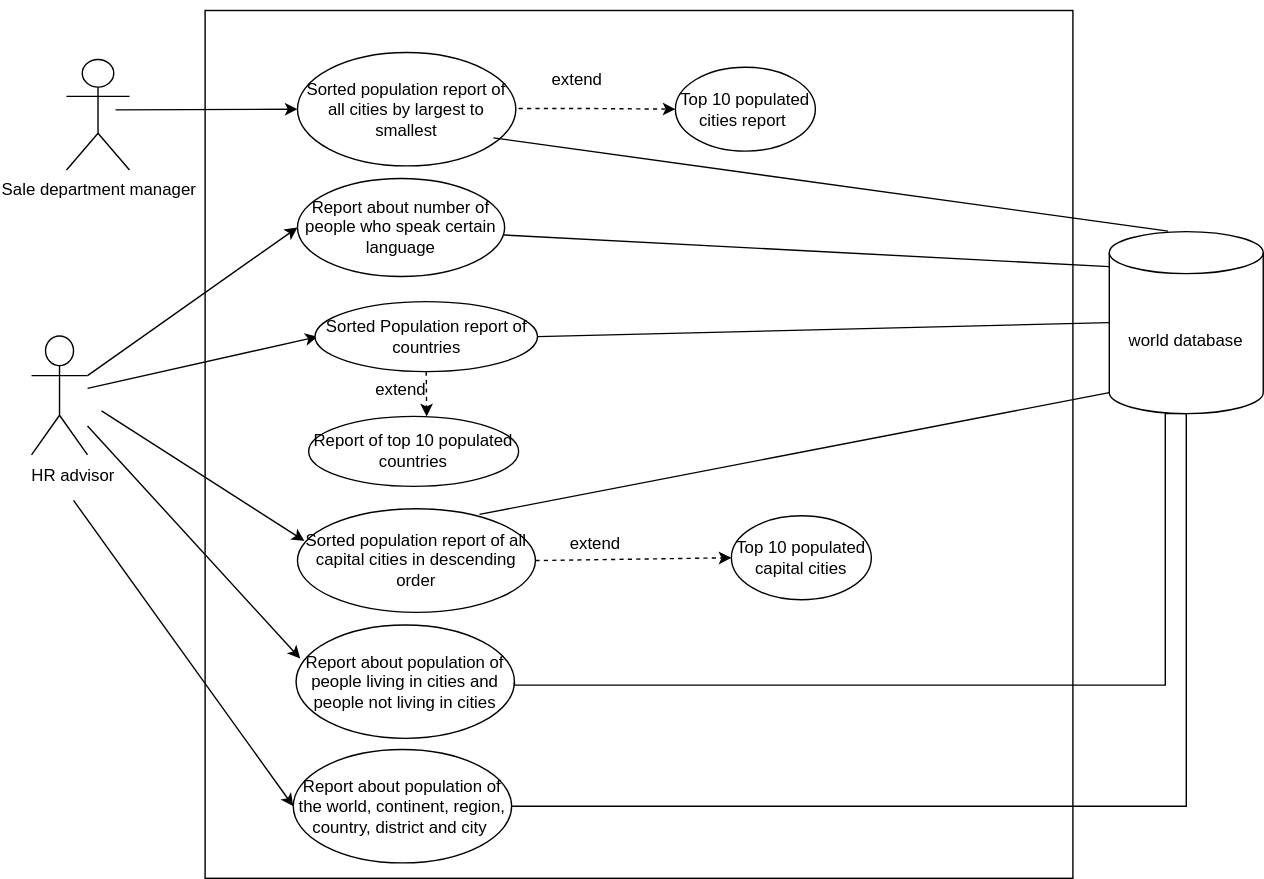
Before: use-cases/HR_system.svg, a diagram exported from draw.io (maythazinphyo1/Devops_gp1). Source tidied: cells renumbered, new cells last; positions are measured from the earlier drawing's top-left corner, leaving out a move shared by most shapes.
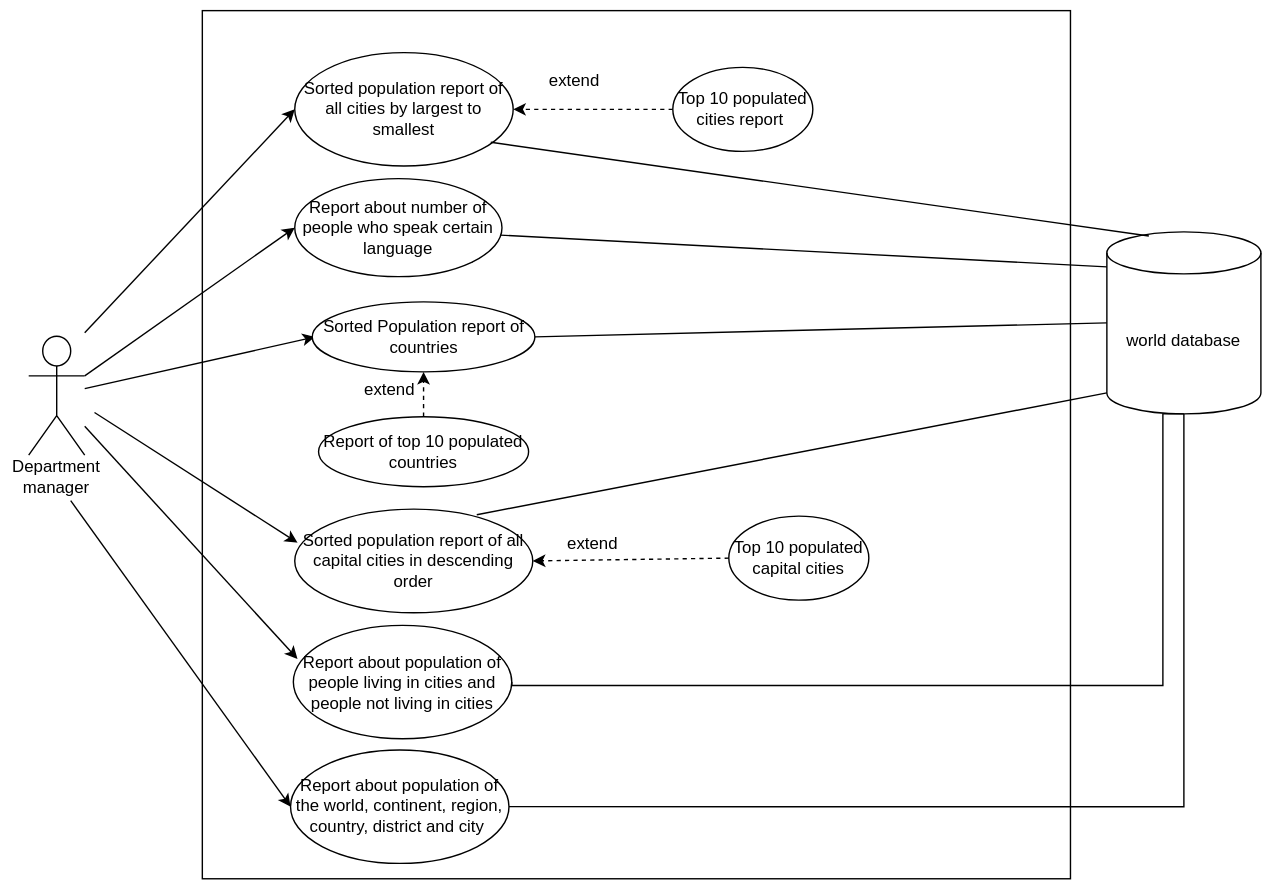
After the change.

Commit message:
modified use-case diagram

Diff of the diagram source:
```diff
@@ -26,7 +26,7 @@
       <mxGeometry x="780" y="158" width="110" height="130" as="geometry" />
     </mxCell>
     <mxCell id="7" value="Report of top 10 populated countries" style="ellipse;whiteSpace=wrap;html=1;" parent="1" vertex="1">
-      <mxGeometry x="208" y="290" width="150" height="50" as="geometry" />
+      <mxGeometry x="217" y="290" width="150" height="50" as="geometry" />
     </mxCell>
     <mxCell id="8" value="Sorted Population report of countries" style="ellipse;whiteSpace=wrap;html=1;" parent="1" vertex="1">
       <mxGeometry x="212.5" y="208" width="159" height="50" as="geometry" />
@@ -40,10 +40,8 @@
     <mxCell id="11" value="Sorted population report of all capital cities in descending order" style="ellipse;whiteSpace=wrap;html=1;" parent="1" vertex="1">
       <mxGeometry x="200" y="356" width="170" height="74" as="geometry" />
     </mxCell>
-    <mxCell id="12" style="edgeStyle=orthogonalEdgeStyle;rounded=0;jettySize=auto;html=1;entryX=0;entryY=0.5;entryDx=0;entryDy=0;dashed=1;" parent="1" edge="1" target="15">
-      <mxGeometry relative="1" as="geometry">
-        <mxPoint x="340" y="70" as="sourcePoint" />
-      </mxGeometry>
+    <mxCell id="12" style="rounded=0;jettySize=auto;html=1;dashed=1;exitX=0;exitY=0.5;exitDx=0;exitDy=0;" parent="1" edge="1" source="15" target="27">
+      <mxGeometry relative="1" as="geometry" />
     </mxCell>
     <mxCell id="13" style="rounded=0;jettySize=auto;html=1;exitX=1;exitY=1;exitDx=0;exitDy=0;entryX=0;entryY=0;entryDx=0;entryDy=25;entryPerimeter=0;startArrow=none;startFill=0;endArrow=none;endFill=0;" parent="1" edge="1" source="14" target="6">
       <mxGeometry relative="1" as="geometry">
@@ -61,19 +59,19 @@
     <mxCell id="16" style="endArrow=classic;html=1;rounded=0;entryX=0;entryY=0.5;entryDx=0;entryDy=0;exitX=1;exitY=0.3333333333333333;exitDx=0;exitDy=0;exitPerimeter=0;" parent="1" edge="1" source="5" target="14">
       <mxGeometry relative="1" as="geometry" />
     </mxCell>
-    <mxCell id="17" style="endArrow=classic;html=1;rounded=0;entryX=0.562;entryY=0;entryDx=0;entryDy=0;entryPerimeter=0;exitX=0.5;exitY=1;exitDx=0;exitDy=0;dashed=1;" parent="1" edge="1" source="8" target="7">
+    <mxCell id="17" style="endArrow=classic;html=1;rounded=0;dashed=1;entryX=0.5;entryY=1;entryDx=0;entryDy=0;" parent="1" edge="1" source="7" target="8">
       <mxGeometry relative="1" as="geometry" />
     </mxCell>
     <mxCell id="18" value="extend" style="text;html=1;strokeColor=none;fillColor=none;align=center;verticalAlign=middle;whiteSpace=wrap;rounded=0;" parent="1" vertex="1">
-      <mxGeometry x="244" y="256" width="60" height="30" as="geometry" />
+      <mxGeometry x="238" y="256" width="60" height="30" as="geometry" />
     </mxCell>
     <mxCell id="19" style="endArrow=classic;html=1;rounded=0;" parent="1" edge="1">
       <mxGeometry relative="1" as="geometry">
-        <mxPoint x="60" y="286" as="sourcePoint" />
-        <mxPoint x="205" y="379" as="targetPoint" />
+        <mxPoint x="57" y="287" as="sourcePoint" />
+        <mxPoint x="202" y="380" as="targetPoint" />
       </mxGeometry>
     </mxCell>
-    <mxCell id="20" style="endArrow=classic;html=1;rounded=0;entryX=0;entryY=0.5;entryDx=0;entryDy=0;dashed=1;endFill=1;exitX=1;exitY=0.5;exitDx=0;exitDy=0;" parent="1" edge="1" source="11" target="10">
+    <mxCell id="20" style="endArrow=classic;html=1;rounded=0;dashed=1;endFill=1;exitX=0;exitY=0.5;exitDx=0;exitDy=0;entryX=1;entryY=0.5;entryDx=0;entryDy=0;" parent="1" edge="1" source="10" target="11">
       <mxGeometry relative="1" as="geometry" />
     </mxCell>
     <mxCell id="21" style="endArrow=none;html=1;rounded=0;entryX=0;entryY=1;entryDx=0;entryDy=-15;entryPerimeter=0;" parent="1" edge="1" target="6">
@@ -90,8 +88,8 @@
     <mxCell id="24" style="endArrow=classic;html=1;rounded=0;entryX=0.019;entryY=0.296;entryDx=0;entryDy=0;entryPerimeter=0;" parent="1" edge="1" source="5" target="23">
       <mxGeometry relative="1" as="geometry" />
     </mxCell>
-    <mxCell id="25" value="HR advisor" style="text;html=1;strokeColor=none;fillColor=none;align=center;verticalAlign=middle;whiteSpace=wrap;rounded=0;" parent="1" vertex="1">
-      <mxGeometry y="318" width="80" height="30" as="geometry" />
+    <mxCell id="25" value="Department manager" style="text;html=1;strokeColor=none;fillColor=none;align=center;verticalAlign=middle;whiteSpace=wrap;rounded=0;" parent="1" vertex="1">
+      <mxGeometry x="-10" y="318" width="80" height="30" as="geometry" />
     </mxCell>
     <mxCell id="26" style="endArrow=none;html=1;rounded=0;edgeStyle=orthogonalEdgeStyle;entryX=0.5;entryY=1;entryDx=0;entryDy=0;entryPerimeter=0;endFill=0;exitX=1;exitY=0.5;exitDx=0;exitDy=0;" parent="1" edge="1" source="23" target="6">
       <mxGeometry relative="1" as="geometry">
@@ -107,18 +105,16 @@
     </mxCell>
     <mxCell id="28" style="endArrow=classic;html=1;rounded=0;entryX=0;entryY=0.5;entryDx=0;entryDy=0;" parent="1" edge="1" target="27">
       <mxGeometry relative="1" as="geometry">
-        <mxPoint x="70" y="71" as="sourcePoint" />
+        <mxPoint x="50" y="230" as="sourcePoint" />
       </mxGeometry>
     </mxCell>
-    <mxCell id="29" value="Sale department manager" style="shape=umlActor;verticalLabelPosition=bottom;verticalAlign=top;html=1;" parent="1" vertex="1">
-      <mxGeometry x="35" y="35" width="45" height="79" as="geometry" />
-    </mxCell>
     <mxCell id="30" value="extend" style="text;html=1;strokeColor=none;fillColor=none;align=center;verticalAlign=middle;whiteSpace=wrap;rounded=0;" parent="1" vertex="1">
       <mxGeometry x="370" y="35" width="60" height="30" as="geometry" />
     </mxCell>
-    <mxCell id="31" style="endArrow=none;html=1;rounded=0;exitX=0.382;exitY=-0.003;exitDx=0;exitDy=0;exitPerimeter=0;" parent="1" edge="1" source="6">
+    <mxCell id="31" style="endArrow=none;html=1;rounded=0;" parent="1" edge="1">
       <mxGeometry relative="1" as="geometry">
-        <mxPoint x="340" y="91" as="targetPoint" />
+        <mxPoint x="810" y="161" as="sourcePoint" />
+        <mxPoint x="340" y="94" as="targetPoint" />
       </mxGeometry>
     </mxCell>
     <mxCell id="32" value="Report about population of the world, continent, region, country, district and city&amp;nbsp;" style="ellipse;whiteSpace=wrap;html=1;" parent="1" vertex="1">
```
